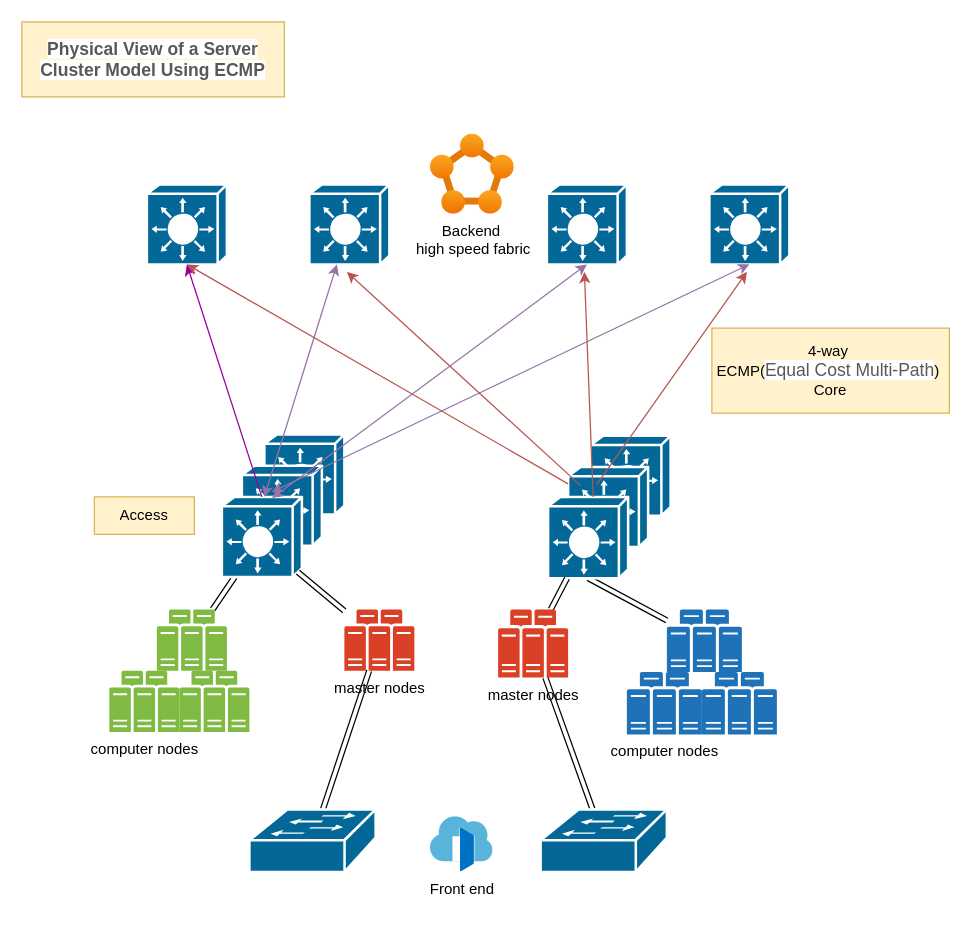
Before: ServerClusterModel.drawio in wbxsxu168/drawio, a draw.io diagram. Source tidied: cells renumbered, new cells numbered last; positions are measured from the earlier drawing's top-left corner, leaving out a move shared by most shapes. Both pictures are drawn from the tidied source at 125%, with x=0, y=0 at pixel (21, 21).
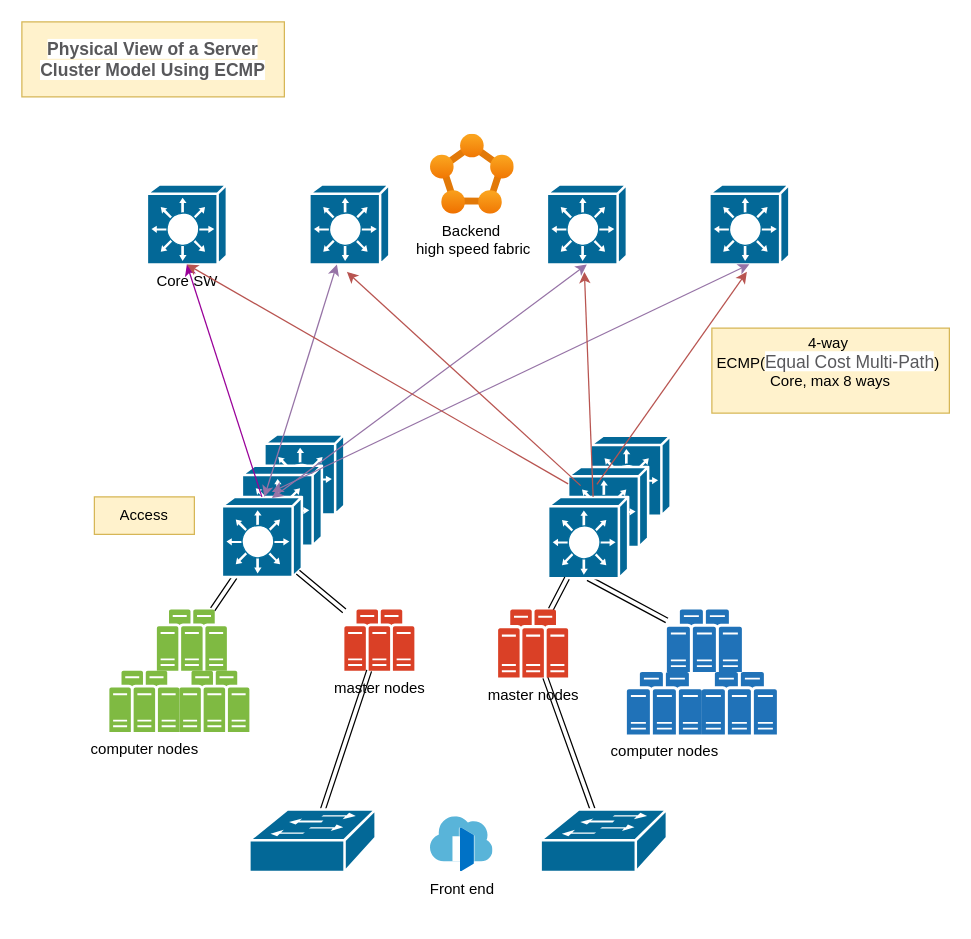
Above is the later version.

Diff of the diagram source:
```diff
@@
-    <mxCell id="4" style="shape=mxgraph.cisco.switches.layer_3_switch;sketch=0;html=1;dashed=0;fillColor=#036897;strokeColor=#ffffff;strokeWidth=2;verticalLabelPosition=bottom;verticalAlign=top;align=center;outlineConnect=0;" parent="1" vertex="1">
+    <mxCell id="4" value="Core SW" style="shape=mxgraph.cisco.switches.layer_3_switch;sketch=0;html=1;dashed=0;fillColor=#036897;strokeColor=#ffffff;strokeWidth=2;verticalLabelPosition=bottom;verticalAlign=top;align=center;outlineConnect=0;" parent="1" vertex="1">
       <mxGeometry x="100" y="130" width="64" height="64" as="geometry" />
     </mxCell>
@@
-    <mxCell id="24" value="4-way&amp;nbsp;&lt;br&gt;ECMP(&lt;span style=&quot;color: rgb(88, 88, 91); font-family: CiscoSans, Arial, sans-serif; font-size: 14px; text-align: start; text-indent: -10px; background-color: rgb(255, 255, 255);&quot;&gt;Equal Cost Multi-Path&lt;/span&gt;)&amp;nbsp;&lt;br&gt;Core" style="text;html=1;strokeColor=#d6b656;fillColor=#fff2cc;align=center;verticalAlign=middle;whiteSpace=wrap;overflow=hidden;" parent="1" vertex="1">
+    <mxCell id="24" value="4-way&amp;nbsp;&lt;br&gt;ECMP(&lt;span style=&quot;color: rgb(88, 88, 91); font-family: CiscoSans, Arial, sans-serif; font-size: 14px; text-align: start; text-indent: -10px; background-color: rgb(255, 255, 255);&quot;&gt;Equal Cost Multi-Path&lt;/span&gt;)&amp;nbsp;&lt;br&gt;Core, max 8 ways&lt;div&gt;&lt;br&gt;&lt;/div&gt;" style="text;html=1;strokeColor=#d6b656;fillColor=#fff2cc;align=center;verticalAlign=middle;whiteSpace=wrap;overflow=hidden;" parent="1" vertex="1">
       <mxGeometry x="552" y="245" width="190" height="68" as="geometry" />
     </mxCell>
```
